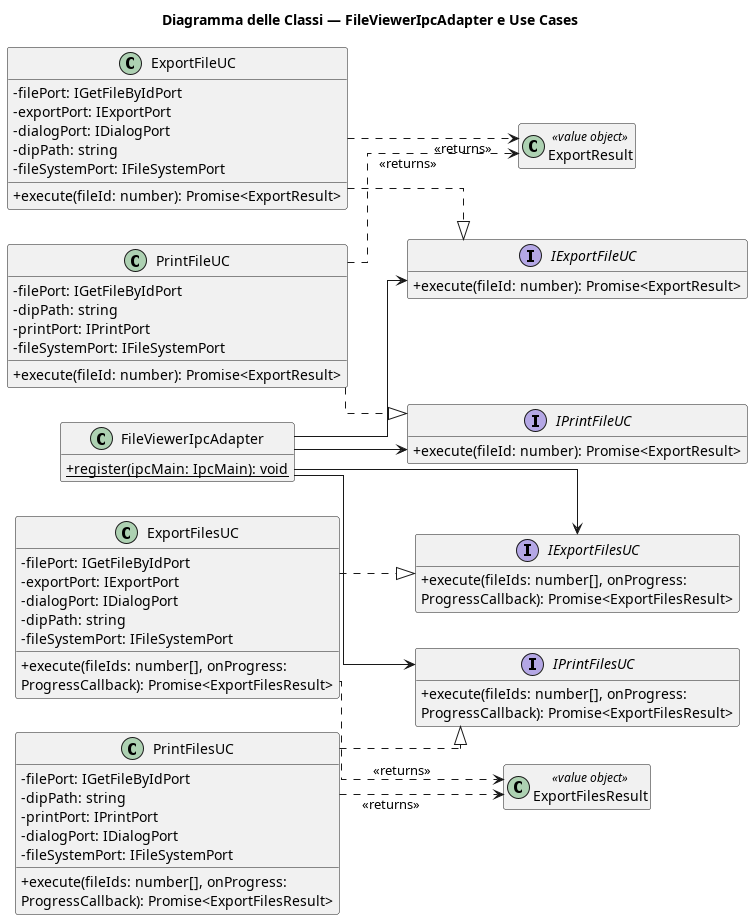
7-ZPUs/Docs keeps this PlantUML diagram as out/3_PB/DocumentiEsterni/DiagrammiSpecificaTecnica/C4/C4_backend_Export/Export_IPC_Part1.png. Above is the earlier version.
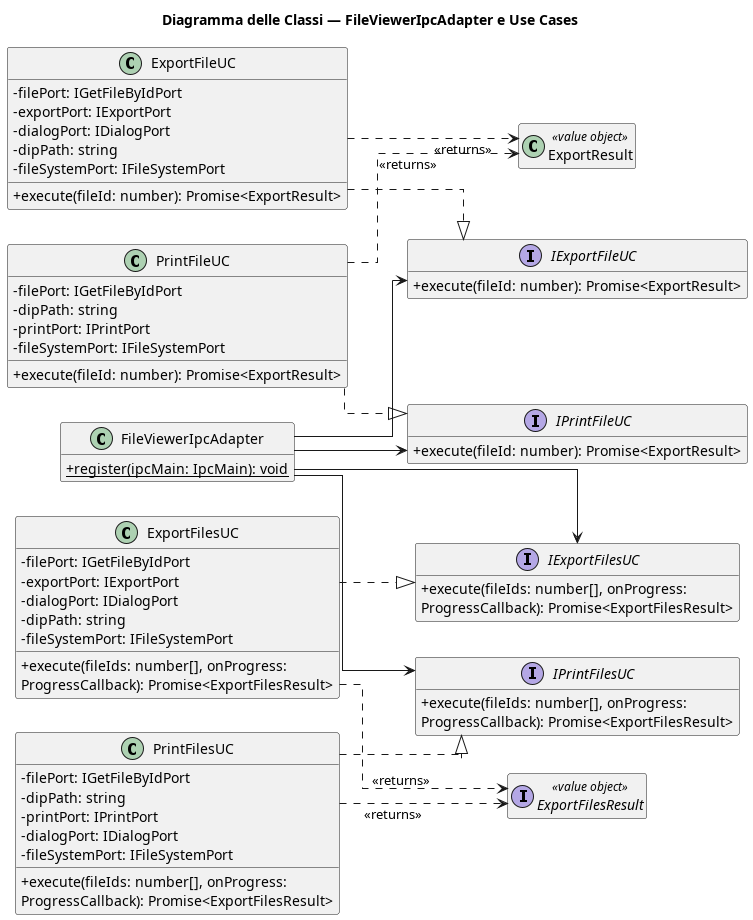
After the change.

Diff of the diagram source:
```diff
@@ -59,7 +59,7 @@
 }
 
 class ExportResult <<value object>> {}
-class ExportFilesResult <<value object>> {}
+interface ExportFilesResult <<value object>> {}
 
 FileViewerIpcAdapter --> IExportFileUC
 FileViewerIpcAdapter --> IExportFilesUC
```
